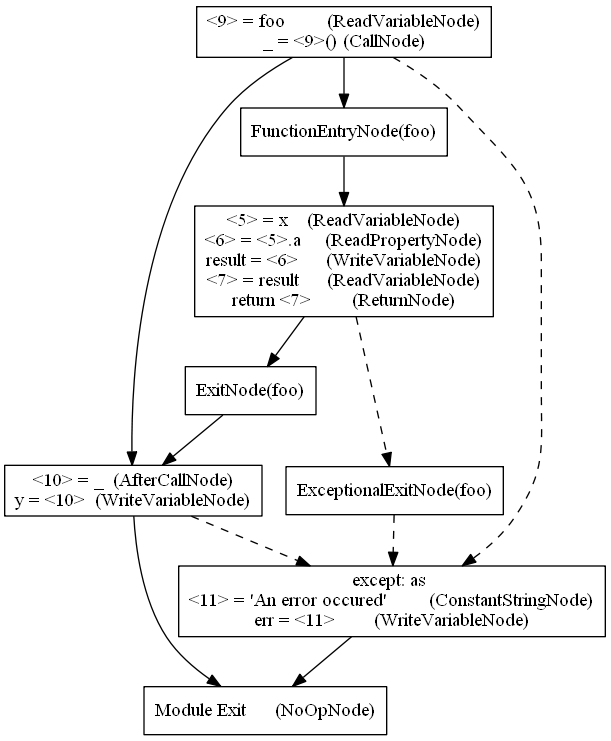
Above: report/images/exception1.png in jstroem/TAPY (Graphviz), before the change. Its source is kept beside it as report/images/exception1.dot. The source it was exported from:
```dot
digraph ControlFlowGraph {
	overlap=scalexy;
	node [shape=record];
	"d25d3b63-a03b-4367-9caf-a7ffc1458ee8" [shape=record label="&lt;9&gt; = foo	(ReadVariableNode)\n_ = &lt;9&gt;()	(CallNode)"];
	"89b7ab86-407d-469b-a18a-742b588dc080" [shape=record label="&lt;5&gt; = x	(ReadVariableNode)\n&lt;6&gt; = &lt;5&gt;.a	(ReadPropertyNode)\nresult = &lt;6&gt;	(WriteVariableNode)\n&lt;7&gt; = result	(ReadVariableNode)\nreturn &lt;7&gt;	(ReturnNode)"];
	"78d648cc-c347-44e6-b890-1d57f950f423" [shape=record label="&lt;10&gt; = _	(AfterCallNode)\ny = &lt;10&gt;	(WriteVariableNode)"];
	"4bdc015a-2629-4931-8239-454d2f3d79f3" [shape=record label="except:  as \n&lt;11&gt; = 'An error occured'	(ConstantStringNode)\nerr = &lt;11&gt;	(WriteVariableNode)"];
	"2e24f1be-f20d-4256-9744-08b3ffb7065a" [shape=record label="ExitNode(foo)"];
	"3c4ea1c3-ffa4-49ca-b200-30e89808d2e7" [shape=record label="ExceptionalExitNode(foo)"];
	"17b59d59-b6b5-413f-a5ee-a6c655798e1a" [shape=record label="Module Exit	(NoOpNode)"];
	"9159149e-21b4-4d9b-989c-06438b6086b8" [shape=record label="FunctionEntryNode(foo)"];
	"9159149e-21b4-4d9b-989c-06438b6086b8" -> "89b7ab86-407d-469b-a18a-742b588dc080" [style="solid" label=""];
	"4bdc015a-2629-4931-8239-454d2f3d79f3" -> "17b59d59-b6b5-413f-a5ee-a6c655798e1a" [style="solid" label=""];
	"d25d3b63-a03b-4367-9caf-a7ffc1458ee8" -> "9159149e-21b4-4d9b-989c-06438b6086b8" [style="solid" label=""];
	"d25d3b63-a03b-4367-9caf-a7ffc1458ee8" -> "78d648cc-c347-44e6-b890-1d57f950f423" [style="solid" label=""];
	"78d648cc-c347-44e6-b890-1d57f950f423" -> "17b59d59-b6b5-413f-a5ee-a6c655798e1a" [style="solid" label=""];
	"89b7ab86-407d-469b-a18a-742b588dc080" -> "2e24f1be-f20d-4256-9744-08b3ffb7065a" [style="solid" label=""];
	"2e24f1be-f20d-4256-9744-08b3ffb7065a" -> "78d648cc-c347-44e6-b890-1d57f950f423" [style="solid" label=""];
	"3c4ea1c3-ffa4-49ca-b200-30e89808d2e7" -> "4bdc015a-2629-4931-8239-454d2f3d79f3" [style="dashed" label=""];
	"d25d3b63-a03b-4367-9caf-a7ffc1458ee8" -> "4bdc015a-2629-4931-8239-454d2f3d79f3" [style="dashed" label=""];
	"89b7ab86-407d-469b-a18a-742b588dc080" -> "3c4ea1c3-ffa4-49ca-b200-30e89808d2e7" [style="dashed" label=""];
	"78d648cc-c347-44e6-b890-1d57f950f423" -> "4bdc015a-2629-4931-8239-454d2f3d79f3" [style="dashed" label=""];
}
```
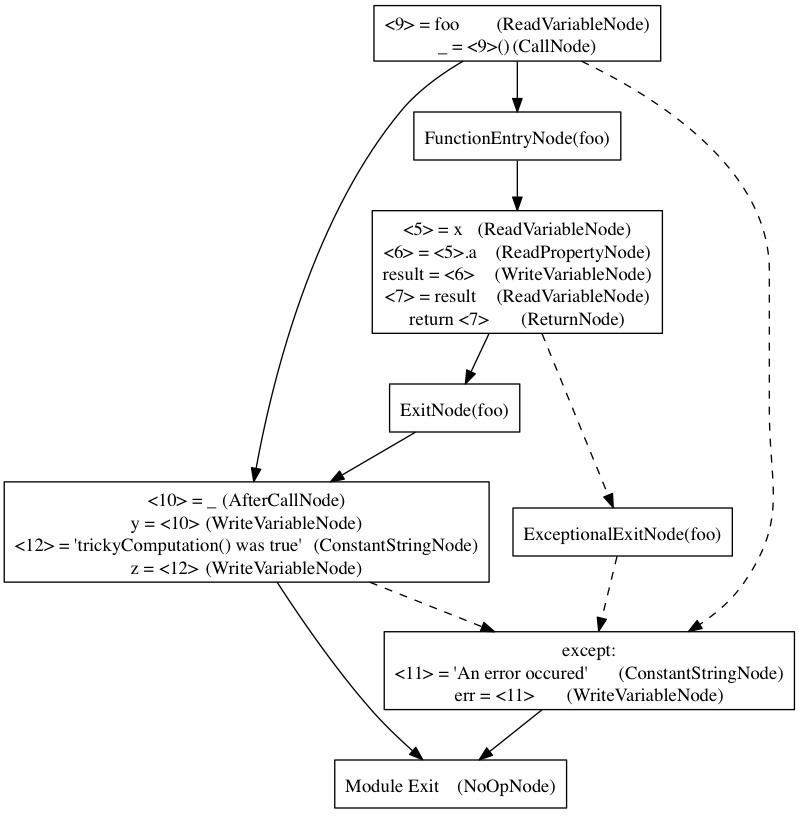
The same file after the commit.

The edit, as a diff of the source:
```diff
@@ -3,8 +3,8 @@
 	node [shape=record];
 	"d25d3b63-a03b-4367-9caf-a7ffc1458ee8" [shape=record label="&lt;9&gt; = foo	(ReadVariableNode)\n_ = &lt;9&gt;()	(CallNode)"];
 	"89b7ab86-407d-469b-a18a-742b588dc080" [shape=record label="&lt;5&gt; = x	(ReadVariableNode)\n&lt;6&gt; = &lt;5&gt;.a	(ReadPropertyNode)\nresult = &lt;6&gt;	(WriteVariableNode)\n&lt;7&gt; = result	(ReadVariableNode)\nreturn &lt;7&gt;	(ReturnNode)"];
-	"78d648cc-c347-44e6-b890-1d57f950f423" [shape=record label="&lt;10&gt; = _	(AfterCallNode)\ny = &lt;10&gt;	(WriteVariableNode)"];
-	"4bdc015a-2629-4931-8239-454d2f3d79f3" [shape=record label="except:  as \n&lt;11&gt; = 'An error occured'	(ConstantStringNode)\nerr = &lt;11&gt;	(WriteVariableNode)"];
+	"78d648cc-c347-44e6-b890-1d57f950f423" [shape=record label="&lt;10&gt; = _	(AfterCallNode)\ny = &lt;10&gt;	(WriteVariableNode)\n&lt;12&gt; = 'trickyComputation() was true'	(ConstantStringNode)\nz = &lt;12&gt;	(WriteVariableNode)"];
+	"4bdc015a-2629-4931-8239-454d2f3d79f3" [shape=record label="except:\n&lt;11&gt; = 'An error occured'	(ConstantStringNode)\nerr = &lt;11&gt;	(WriteVariableNode)"];
 	"2e24f1be-f20d-4256-9744-08b3ffb7065a" [shape=record label="ExitNode(foo)"];
 	"3c4ea1c3-ffa4-49ca-b200-30e89808d2e7" [shape=record label="ExceptionalExitNode(foo)"];
 	"17b59d59-b6b5-413f-a5ee-a6c655798e1a" [shape=record label="Module Exit	(NoOpNode)"];
```
